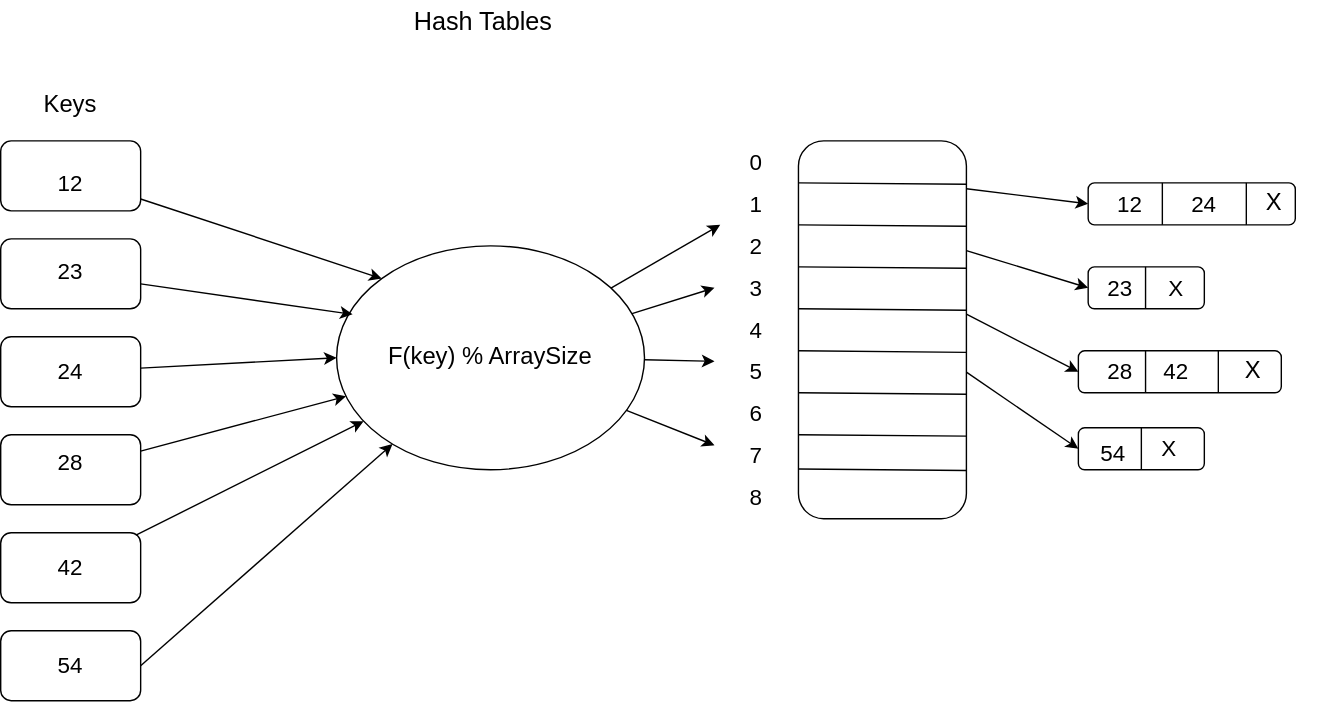
Earlier version of the draw.io export Estructura-de-datos/tabla-hash/hashtable.drawio.svg (Nordcode-cyber/Algoritmos-Estructdatos). Source tidied: cells renumbered, new cells last; positions are measured from the earlier drawing's top-left corner, leaving out a move shared by most shapes.
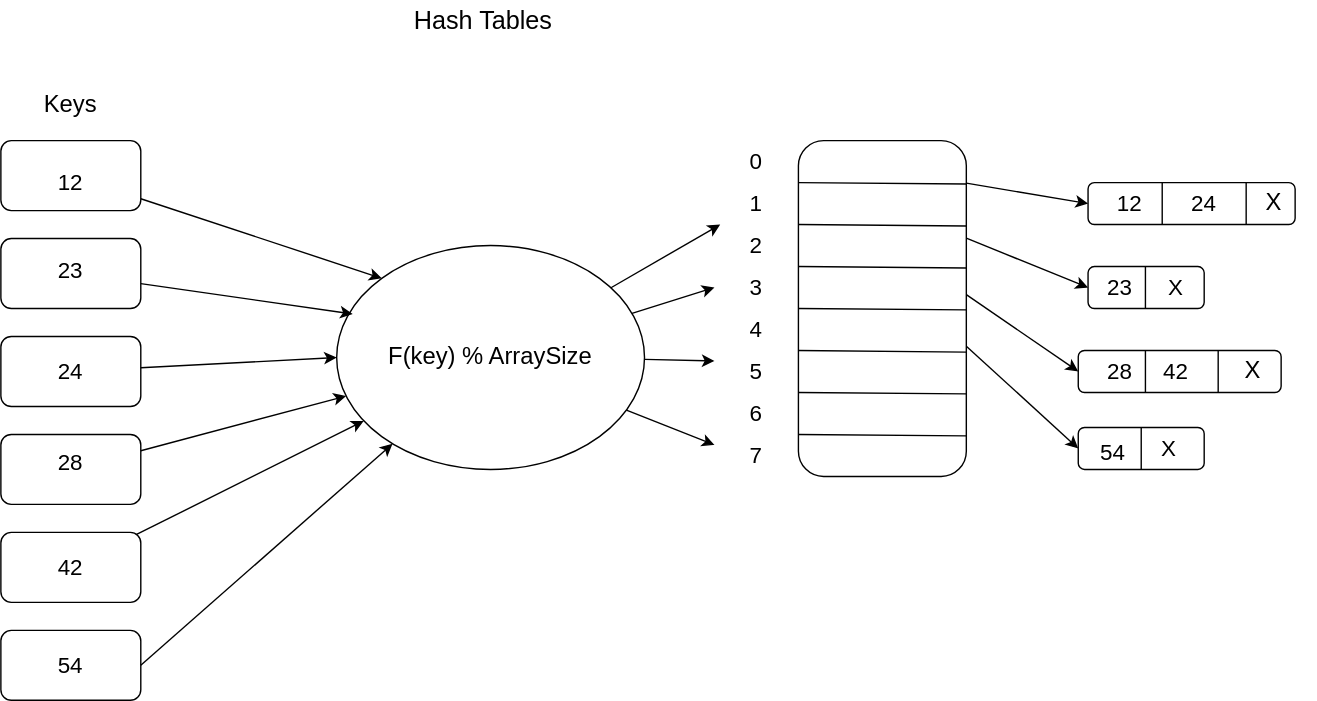
After the change.

What changed in the source:
```diff
@@ -69,7 +69,7 @@
       <mxGeometry relative="1" as="geometry" />
     </mxCell>
     <mxCell id="24" style="rounded=1;whiteSpace=wrap;html=1;roundedPerimeter=1;fillColor=none;" parent="1" vertex="1">
-      <mxGeometry x="570" y="100" width="120" height="270" as="geometry" />
+      <mxGeometry x="570" y="100" width="120" height="240" as="geometry" />
     </mxCell>
     <mxCell id="25" value="&lt;font style=&quot;font-size: 16px; color: light-dark(transparent, rgb(0, 204, 0));&quot;&gt;Array Storage&lt;/font&gt;" style="text;html=1;whiteSpace=wrap;strokeColor=none;fillColor=none;align=center;verticalAlign=middle;rounded=0;" parent="1" vertex="1">
       <mxGeometry x="590" y="50" width="60" height="30" as="geometry" />
@@ -119,12 +119,6 @@
         <mxPoint x="690" y="311" as="targetPoint" />
       </mxGeometry>
     </mxCell>
-    <mxCell id="34" style="endArrow=none;html=1;entryX=1.017;entryY=0.322;entryDx=0;entryDy=0;" parent="1" edge="1">
-      <mxGeometry relative="1" as="geometry">
-        <mxPoint x="570" y="334.5" as="sourcePoint" />
-        <mxPoint x="690" y="335.5" as="targetPoint" />
-      </mxGeometry>
-    </mxCell>
     <mxCell id="35" value="&lt;font style=&quot;font-size: 16px; color: light-dark(rgb(0, 0, 0), rgb(255, 128, 0));&quot;&gt;12&lt;/font&gt;" style="text;html=1;whiteSpace=wrap;strokeColor=none;fillColor=none;align=center;verticalAlign=middle;rounded=0;" parent="1" vertex="1">
       <mxGeometry x="20" y="115" width="60" height="30" as="geometry" />
     </mxCell>
@@ -170,9 +164,6 @@
     <mxCell id="49" value="&lt;font style=&quot;font-size: 16px; color: light-dark(rgb(0, 0, 0), rgb(0, 204, 0));&quot;&gt;7&lt;/font&gt;" style="text;html=1;whiteSpace=wrap;strokeColor=none;fillColor=none;align=center;verticalAlign=middle;rounded=0;" parent="1" vertex="1">
       <mxGeometry x="510" y="310" width="60" height="30" as="geometry" />
     </mxCell>
-    <mxCell id="50" value="&lt;font style=&quot;font-size: 16px; color: light-dark(rgb(0, 0, 0), rgb(0, 204, 0));&quot;&gt;8&lt;/font&gt;" style="text;html=1;whiteSpace=wrap;strokeColor=none;fillColor=none;align=center;verticalAlign=middle;rounded=0;" parent="1" vertex="1">
-      <mxGeometry x="510" y="340" width="60" height="30" as="geometry" />
-    </mxCell>
     <mxCell id="51" style="rounded=1;whiteSpace=wrap;html=1;roundedPerimeter=1;fillColor=none;" parent="1" vertex="1">
       <mxGeometry x="777" y="130" width="148" height="30" as="geometry" />
     </mxCell>
```
